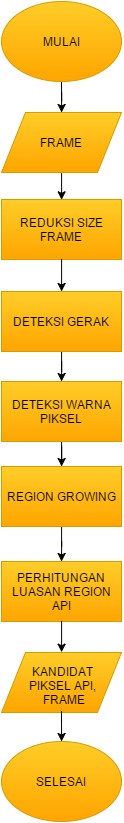
The draw.io diagram source/Proprocessing.png in hamdimuzakkiy/bukuTA, before a commit. Source tidied: cells renumbered, new cells last; positions are measured from the earlier drawing's top-left corner, leaving out a move shared by most shapes.
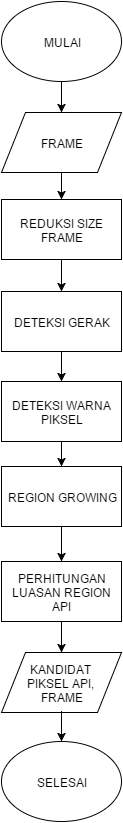
After the change.

Diff of the diagram source:
```diff
@@ -2,58 +2,55 @@
   <root>
     <mxCell id="0" />
     <mxCell id="1" parent="0" />
-    <mxCell id="2" style="edgeStyle=orthogonalEdgeStyle;rounded=0;html=1;jettySize=auto;" parent="1" edge="1" source="3" target="5">
+    <mxCell id="2" style="edgeStyle=orthogonalEdgeStyle;rounded=0;html=1;jettySize=auto;fillColor=#ffffff;strokeColor=#000000;" parent="1" edge="1" source="3" target="5">
       <mxGeometry x="440" y="140" as="geometry" />
     </mxCell>
-    <mxCell id="3" value="MULAI" style="ellipse;whiteSpace=wrap;html=1;plain-orange;" parent="1" vertex="1">
+    <mxCell id="3" value="MULAI" style="ellipse;whiteSpace=wrap;html=1;fillColor=#ffffff;strokeColor=#000000;" parent="1" vertex="1">
       <mxGeometry width="120" height="80" as="geometry" />
     </mxCell>
-    <mxCell id="4" style="edgeStyle=orthogonalEdgeStyle;rounded=0;html=1;jettySize=auto;entryX=0.5;entryY=0;" parent="1" edge="1" source="5" target="6">
-      <mxGeometry relative="1" as="geometry" />
-    </mxCell>
-    <mxCell id="5" value="FRAME" style="shape=parallelogram;whiteSpace=wrap;html=1;plain-orange;" parent="1" vertex="1">
+    <mxCell id="5" value="FRAME" style="shape=parallelogram;whiteSpace=wrap;html=1;fillColor=#ffffff;strokeColor=#000000;" parent="1" vertex="1">
       <mxGeometry y="111" width="120" height="60" as="geometry" />
     </mxCell>
-    <mxCell id="6" value="REDUKSI SIZE FRAME" style="whiteSpace=wrap;html=1;plain-orange;" parent="1" vertex="1">
+    <mxCell id="6" value="REDUKSI SIZE FRAME" style="whiteSpace=wrap;html=1;fillColor=#ffffff;strokeColor=#000000;" parent="1" vertex="1">
       <mxGeometry y="198" width="120" height="60" as="geometry" />
     </mxCell>
+    <mxCell id="4" style="edgeStyle=orthogonalEdgeStyle;rounded=0;html=1;jettySize=auto;entryX=0.5;entryY=0;fillColor=#ffffff;strokeColor=#000000;" parent="1" edge="1" source="5" target="6">
+      <mxGeometry relative="1" as="geometry" />
+    </mxCell>
-    <mxCell id="7" style="edgeStyle=orthogonalEdgeStyle;rounded=0;html=1;jettySize=auto;entryX=0.5;entryY=0;exitX=0.5;exitY=1;" parent="1" edge="1" source="6" target="9">
+    <mxCell id="7" style="edgeStyle=orthogonalEdgeStyle;rounded=0;html=1;jettySize=auto;entryX=0.5;entryY=0;exitX=0.5;exitY=1;fillColor=#ffffff;strokeColor=#000000;" parent="1" edge="1" source="6" target="9">
       <mxGeometry x="440" y="360" as="geometry" />
     </mxCell>
+    <mxCell id="9" value="DETEKSI GERAK" style="whiteSpace=wrap;html=1;fillColor=#ffffff;strokeColor=#000000;" parent="1" vertex="1">
+      <mxGeometry y="290" width="120" height="60" as="geometry" />
+    </mxCell>
+    <mxCell id="11" value="DETEKSI WARNA PIKSEL" style="whiteSpace=wrap;html=1;fillColor=#ffffff;strokeColor=#000000;" parent="1" vertex="1">
+      <mxGeometry y="380" width="120" height="60" as="geometry" />
+    </mxCell>
-    <mxCell id="8" style="edgeStyle=orthogonalEdgeStyle;rounded=0;html=1;jettySize=auto;" parent="1" edge="1" source="9" target="11">
+    <mxCell id="8" style="edgeStyle=orthogonalEdgeStyle;rounded=0;html=1;jettySize=auto;fillColor=#ffffff;strokeColor=#000000;" parent="1" edge="1" source="9" target="11">
       <mxGeometry relative="1" as="geometry" />
     </mxCell>
-    <mxCell id="9" value="DETEKSI GERAK" style="whiteSpace=wrap;html=1;plain-orange;" parent="1" vertex="1">
-      <mxGeometry y="290" width="120" height="60" as="geometry" />
-    </mxCell>
+    <mxCell id="13" value="REGION GROWING" style="whiteSpace=wrap;html=1;fillColor=#ffffff;strokeColor=#000000;" parent="1" vertex="1">
+      <mxGeometry y="465" width="120" height="60" as="geometry" />
+    </mxCell>
-    <mxCell id="10" style="edgeStyle=orthogonalEdgeStyle;rounded=0;html=1;jettySize=auto;" parent="1" edge="1" source="11" target="13">
+    <mxCell id="10" style="edgeStyle=orthogonalEdgeStyle;rounded=0;html=1;jettySize=auto;fillColor=#ffffff;strokeColor=#000000;" parent="1" edge="1" source="11" target="13">
       <mxGeometry relative="1" as="geometry" />
     </mxCell>
-    <mxCell id="11" value="DETEKSI WARNA PIKSEL" style="whiteSpace=wrap;html=1;plain-orange;" parent="1" vertex="1">
-      <mxGeometry y="380" width="120" height="60" as="geometry" />
-    </mxCell>
+    <mxCell id="14" value="PERHITUNGAN LUASAN REGION API" style="whiteSpace=wrap;html=1;fillColor=#ffffff;strokeColor=#000000;" parent="1" vertex="1">
+      <mxGeometry y="560" width="120" height="60" as="geometry" />
+    </mxCell>
-    <mxCell id="12" style="edgeStyle=orthogonalEdgeStyle;rounded=0;html=1;jettySize=auto;" parent="1" edge="1" source="13" target="14">
+    <mxCell id="12" style="edgeStyle=orthogonalEdgeStyle;rounded=0;html=1;jettySize=auto;fillColor=#ffffff;strokeColor=#000000;" parent="1" edge="1" source="13" target="14">
       <mxGeometry relative="1" as="geometry" />
     </mxCell>
-    <mxCell id="13" value="REGION GROWING" style="whiteSpace=wrap;html=1;plain-orange;" parent="1" vertex="1">
-      <mxGeometry y="465" width="120" height="60" as="geometry" />
-    </mxCell>
-    <mxCell id="14" value="PERHITUNGAN LUASAN REGION API" style="whiteSpace=wrap;html=1;plain-orange;" parent="1" vertex="1">
-      <mxGeometry y="560" width="120" height="60" as="geometry" />
-    </mxCell>
-    <mxCell id="15" style="shape=parallelogram;whiteSpace=wrap;html=1;plain-orange;" parent="1" vertex="1">
+    <mxCell id="15" value="&lt;div&gt;&lt;span&gt;KANDIDAT&amp;nbsp;&lt;/span&gt;&lt;/div&gt;&lt;div&gt;PIKSEL API,&amp;nbsp;&lt;/div&gt;&lt;div&gt;FRAME&lt;/div&gt;" style="shape=parallelogram;whiteSpace=wrap;html=1;fillColor=#ffffff;strokeColor=#000000;" parent="1" vertex="1">
       <mxGeometry y="651" width="120" height="60" as="geometry" />
     </mxCell>
-    <mxCell id="16" value="&lt;div style=&quot;text-align: center&quot;&gt;&lt;span style=&quot;line-height: 1.2&quot;&gt;KANDIDAT&amp;nbsp;&lt;/span&gt;&lt;/div&gt;&lt;div style=&quot;text-align: center&quot;&gt;PIKSEL API,&amp;nbsp;&lt;/div&gt;&lt;div style=&quot;text-align: center&quot;&gt;FRAME&lt;/div&gt;" style="text;html=1;" parent="1" vertex="1">
-      <mxGeometry x="25" y="656" width="70" height="50" as="geometry" />
-    </mxCell>
-    <mxCell id="17" style="endArrow=classic;html=1;exitX=0.5;exitY=1;entryX=0.5;entryY=0;" parent="1" edge="1" source="14" target="15">
+    <mxCell id="17" style="endArrow=classic;html=1;exitX=0.5;exitY=1;entryX=0.5;entryY=0;fillColor=#ffffff;strokeColor=#000000;" parent="1" edge="1" source="14" target="15">
       <mxGeometry relative="1" as="geometry" />
     </mxCell>
-    <mxCell id="18" value="SELESAI" style="ellipse;whiteSpace=wrap;html=1;plain-orange;" parent="1" vertex="1">
+    <mxCell id="18" value="SELESAI" style="ellipse;whiteSpace=wrap;html=1;fillColor=#ffffff;strokeColor=#000000;" parent="1" vertex="1">
       <mxGeometry y="740" width="120" height="80" as="geometry" />
     </mxCell>
-    <mxCell id="19" style="endArrow=classic;html=1;entryX=0.5;entryY=0;" parent="1" edge="1" target="18">
+    <mxCell id="19" style="endArrow=classic;html=1;entryX=0.5;entryY=0;fillColor=#ffffff;strokeColor=#000000;" parent="1" edge="1" target="18">
       <mxGeometry x="550.1" y="799.8" as="geometry">
         <mxPoint x="60" y="720" as="sourcePoint" />
         <Array as="points">
```
